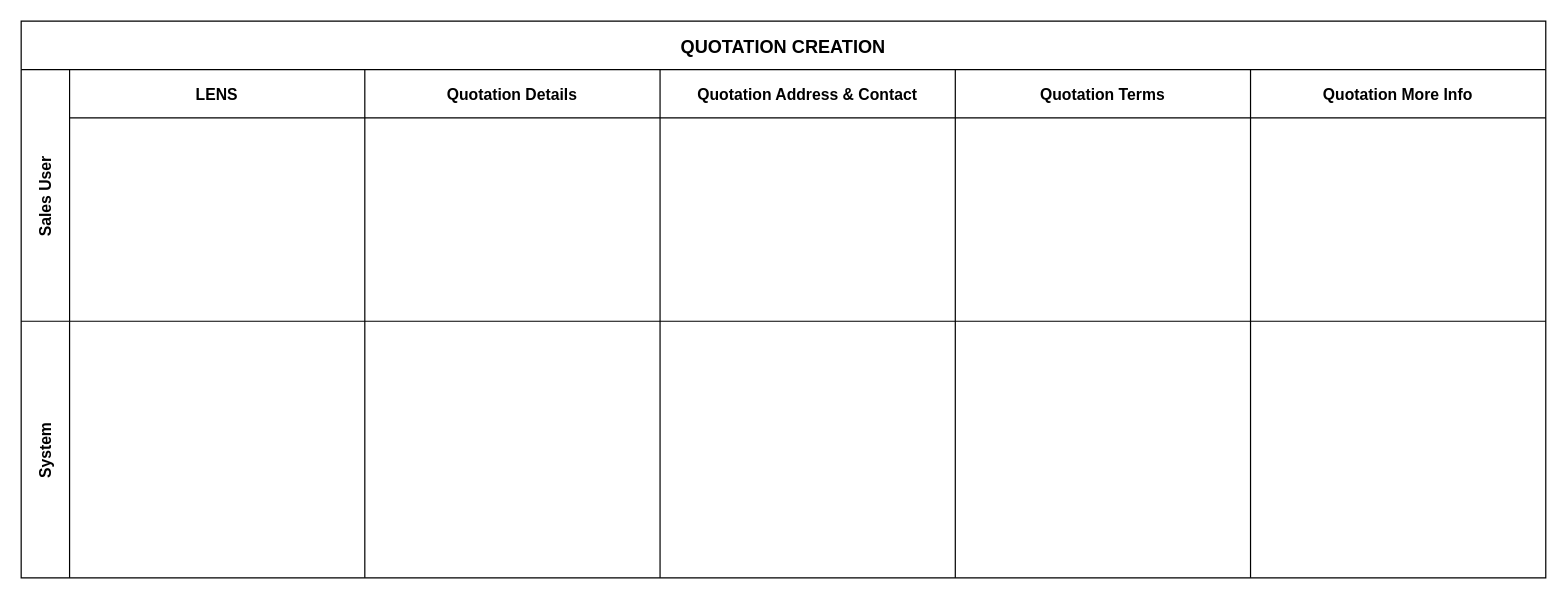
Iswariya-LMNAs/Diagrams keeps this draw.io diagram as SGB/SGBG_Quotation.drawio. Above is the earlier version. Source tidied: cells renumbered, new cells numbered last; positions are measured from the earlier drawing's top-left corner, leaving out a move shared by most shapes. Both pictures are drawn from the tidied source at 121%, with x=0, y=0 at pixel (21, 21).
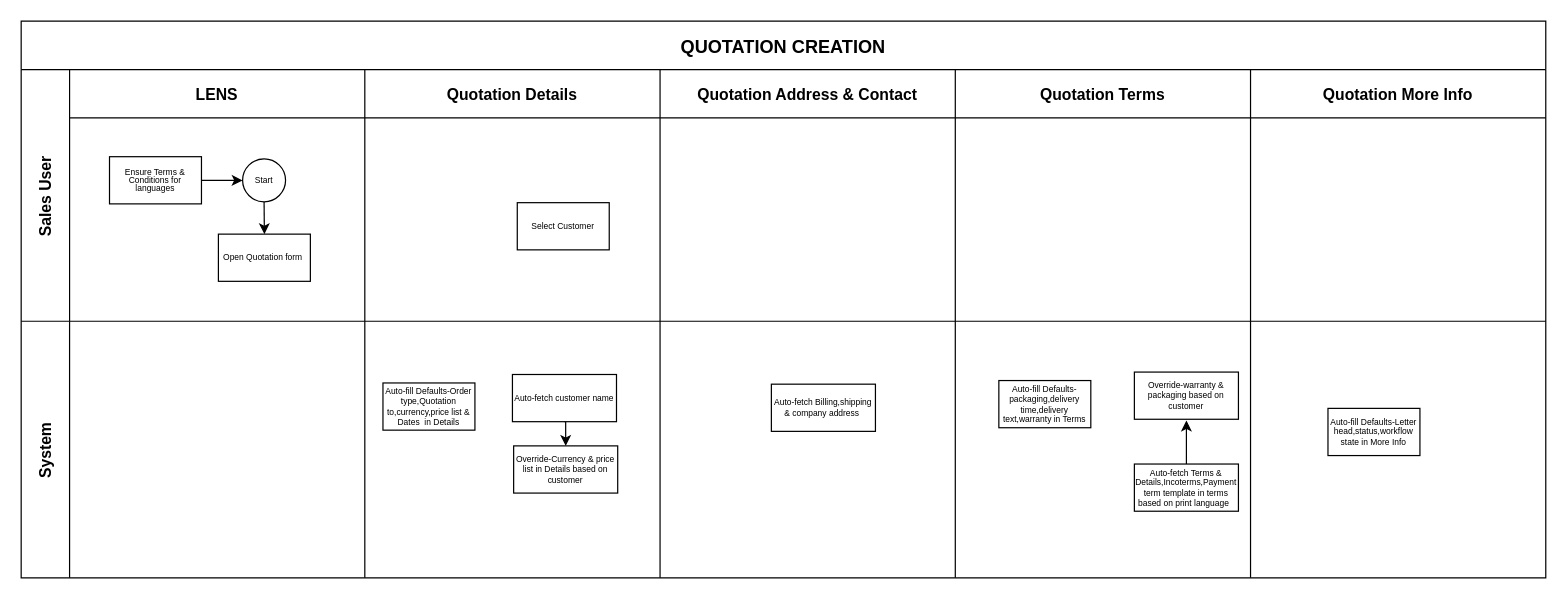
Above is the later version.

Unchanged cells that the change refers to:
```xml
<mxCell id="13" style="swimlane;swimlaneHead=0;swimlaneBody=0;fontStyle=1;strokeColor=inherit;fillColor=none;startSize=0;fontSize=13;" parent="9" vertex="1">
  <mxGeometry x="772" width="244" height="212" as="geometry" />
</mxCell>
```

Diff of the diagram source:
```diff
@@
+    <mxCell id="15" value="Auto-fill Defaults-packaging,delivery time,delivery text,warranty in Terms" style="rounded=0;whiteSpace=wrap;html=1;align=center;fontSize=7;" parent="13" vertex="1">
+      <mxGeometry x="36" y="49" width="76" height="39" as="geometry" />
+    </mxCell>
+    <mxCell id="16" style="edgeStyle=orthogonalEdgeStyle;rounded=0;jettySize=auto;html=1;exitX=0.5;exitY=0;exitDx=0;exitDy=0;" parent="13" edge="1" source="17">
+      <mxGeometry relative="1" as="geometry">
+        <mxPoint x="191" y="82" as="targetPoint" />
+      </mxGeometry>
+    </mxCell>
+    <mxCell id="17" value="Auto-fetch Terms &amp;amp; Details,Incoterms,Payment term template in terms based on print language&amp;nbsp;&amp;nbsp;" style="rounded=0;whiteSpace=wrap;html=1;align=center;fontSize=7;" parent="13" vertex="1">
+      <mxGeometry x="148" y="118" width="86" height="39" as="geometry" />
+    </mxCell>
+    <mxCell id="18" value="Override-warranty &amp;amp; packaging based on customer" style="rounded=0;whiteSpace=wrap;html=1;align=center;fontSize=7;" parent="13" vertex="1">
+      <mxGeometry x="148" y="42" width="86" height="39" as="geometry" />
+    </mxCell>
@@
+    <mxCell id="19" style="edgeStyle=orthogonalEdgeStyle;rounded=0;jettySize=auto;html=1;exitX=1;exitY=0.5;exitDx=0;exitDy=0;fontSize=7;" parent="1" edge="1" source="20" target="22">
+      <mxGeometry relative="1" as="geometry" />
+    </mxCell>
+    <mxCell id="20" value="&lt;div align=&quot;center&quot; style=&quot;line-height: 90%;&quot;&gt;&lt;font&gt;Ensure Terms &amp;amp; Conditions for languages&lt;/font&gt;&lt;/div&gt;" style="rounded=0;whiteSpace=wrap;html=1;align=center;fontSize=7;" parent="1" vertex="1">
+      <mxGeometry x="73" y="112" width="76" height="39" as="geometry" />
+    </mxCell>
+    <mxCell id="21" style="edgeStyle=orthogonalEdgeStyle;rounded=0;jettySize=auto;html=1;exitX=0.5;exitY=1;exitDx=0;exitDy=0;entryX=0.5;entryY=0;entryDx=0;entryDy=0;" parent="1" edge="1" source="22" target="23">
+      <mxGeometry relative="1" as="geometry" />
+    </mxCell>
+    <mxCell id="22" value="&lt;font&gt;Start&lt;/font&gt;" style="ellipse;whiteSpace=wrap;html=1;fontSize=7;" parent="1" vertex="1">
+      <mxGeometry x="183" y="113.8" width="35.5" height="35.5" as="geometry" />
+    </mxCell>
+    <mxCell id="23" value="&lt;div align=&quot;center&quot; style=&quot;line-height: 90%;&quot;&gt;Open Quotation form&amp;nbsp;&lt;/div&gt;" style="rounded=0;whiteSpace=wrap;html=1;align=center;fontSize=7;" parent="1" vertex="1">
+      <mxGeometry x="163" y="176" width="76" height="39" as="geometry" />
+    </mxCell>
+    <mxCell id="24" value="Auto-fill Defaults-Order type,Quotation to,currency,price list &amp;amp; Dates&amp;nbsp; in Details" style="rounded=0;whiteSpace=wrap;html=1;align=center;fontSize=7;" parent="1" vertex="1">
+      <mxGeometry x="299" y="299" width="76" height="39" as="geometry" />
+    </mxCell>
+    <mxCell id="25" value="Auto-fill Defaults-Letter head,status,workflow state in More Info" style="rounded=0;whiteSpace=wrap;html=1;align=center;fontSize=7;" parent="1" vertex="1">
+      <mxGeometry x="1080" y="320" width="76" height="39" as="geometry" />
+    </mxCell>
+    <mxCell id="26" value="Select Customer" style="rounded=0;whiteSpace=wrap;html=1;align=center;fontSize=7;" parent="1" vertex="1">
+      <mxGeometry x="410" y="150" width="76" height="39" as="geometry" />
+    </mxCell>
+    <mxCell id="27" style="edgeStyle=orthogonalEdgeStyle;rounded=0;jettySize=auto;html=1;exitX=0.5;exitY=1;exitDx=0;exitDy=0;entryX=0.5;entryY=0;entryDx=0;entryDy=0;" parent="1" edge="1" source="28" target="29">
+      <mxGeometry relative="1" as="geometry" />
+    </mxCell>
+    <mxCell id="28" value="Auto-fetch customer name" style="rounded=0;whiteSpace=wrap;html=1;align=left;fontSize=7;" parent="1" vertex="1">
+      <mxGeometry x="406" y="292" width="86" height="39" as="geometry" />
+    </mxCell>
+    <mxCell id="29" value="Override-Currency &amp;amp; price list in Details based on customer" style="rounded=0;whiteSpace=wrap;html=1;align=center;fontSize=7;" parent="1" vertex="1">
+      <mxGeometry x="407" y="351" width="86" height="39" as="geometry" />
+    </mxCell>
+    <mxCell id="30" value="Auto-fetch Billing,shipping &amp;amp; company address&amp;nbsp;" style="rounded=0;whiteSpace=wrap;html=1;align=center;fontSize=7;" parent="1" vertex="1">
+      <mxGeometry x="620" y="300" width="86" height="39" as="geometry" />
+    </mxCell>
```
